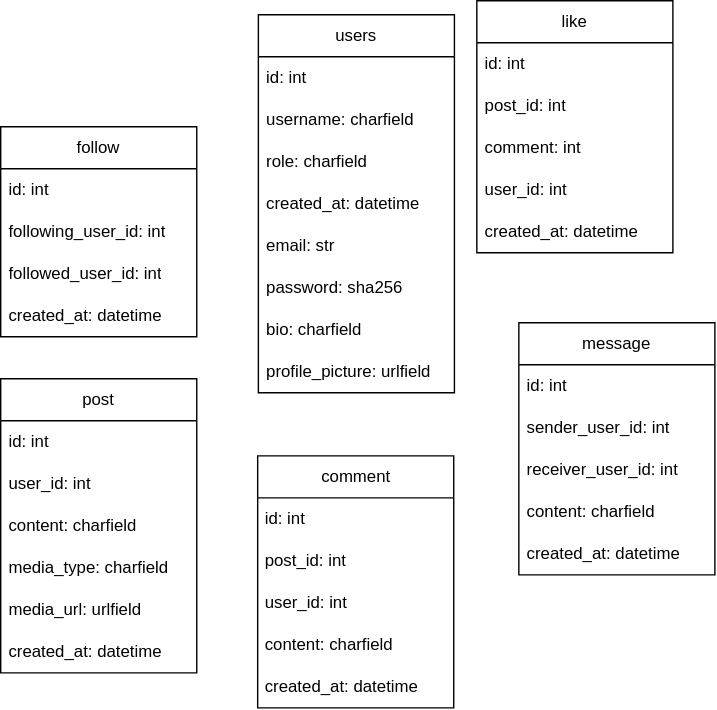
The draw.io diagram database_structure_schema.svg in twonumberfortyfives/social-media-demo, before a commit. Source tidied: cells renumbered, new cells last; positions are measured from the earlier drawing's top-left corner, leaving out a move shared by most shapes.
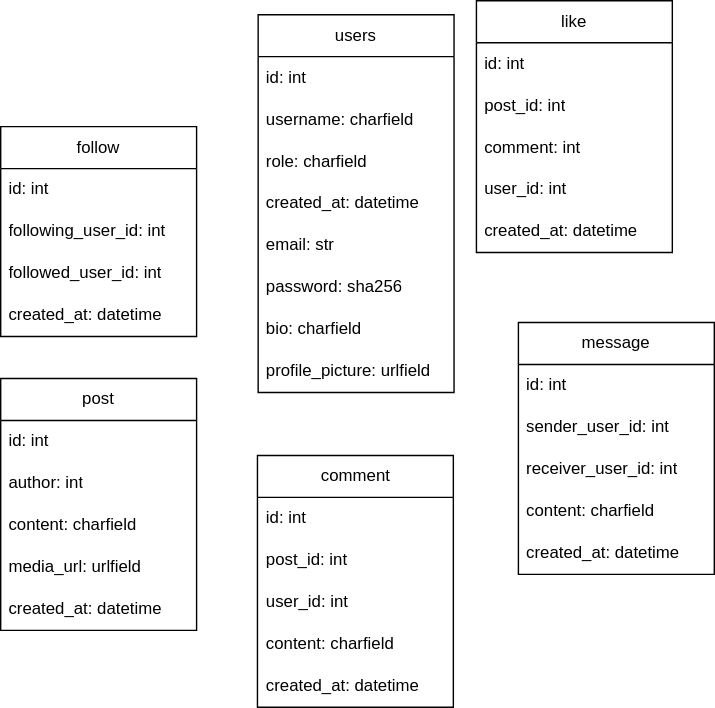
Above is the later version.

What changed in the source:
```diff
@@ -45,25 +45,22 @@
       <mxGeometry y="120" width="140" height="30" as="geometry" />
     </mxCell>
     <mxCell id="16" value="post" style="swimlane;fontStyle=0;horizontal=1;startSize=30;whiteSpace=wrap;html=1;" parent="1" vertex="1">
-      <mxGeometry y="270" width="140" height="210" as="geometry" />
+      <mxGeometry y="270" width="140" height="180" as="geometry" />
     </mxCell>
     <mxCell id="17" value="id: int" style="text;strokeColor=none;fillColor=none;align=left;verticalAlign=middle;spacingLeft=4;spacingRight=4;overflow=hidden;whiteSpace=wrap;html=1;" parent="16" vertex="1">
       <mxGeometry y="30" width="140" height="30" as="geometry" />
     </mxCell>
-    <mxCell id="18" value="user_id: int" style="text;strokeColor=none;fillColor=none;align=left;verticalAlign=middle;spacingLeft=4;spacingRight=4;overflow=hidden;whiteSpace=wrap;html=1;" parent="16" vertex="1">
+    <mxCell id="18" value="author: int" style="text;strokeColor=none;fillColor=none;align=left;verticalAlign=middle;spacingLeft=4;spacingRight=4;overflow=hidden;whiteSpace=wrap;html=1;" parent="16" vertex="1">
       <mxGeometry y="60" width="140" height="30" as="geometry" />
     </mxCell>
     <mxCell id="19" value="content: charfield" style="text;strokeColor=none;fillColor=none;align=left;verticalAlign=middle;spacingLeft=4;spacingRight=4;overflow=hidden;whiteSpace=wrap;html=1;" parent="16" vertex="1">
       <mxGeometry y="90" width="140" height="30" as="geometry" />
     </mxCell>
-    <mxCell id="20" value="media_type: charfield" style="text;strokeColor=none;fillColor=none;align=left;verticalAlign=middle;spacingLeft=4;spacingRight=4;overflow=hidden;whiteSpace=wrap;html=1;" parent="16" vertex="1">
-      <mxGeometry y="120" width="140" height="30" as="geometry" />
-    </mxCell>
     <mxCell id="21" value="media_url: urlfield" style="text;strokeColor=none;fillColor=none;align=left;verticalAlign=middle;spacingLeft=4;spacingRight=4;overflow=hidden;whiteSpace=wrap;html=1;" parent="16" vertex="1">
-      <mxGeometry y="150" width="140" height="30" as="geometry" />
+      <mxGeometry y="120" width="140" height="30" as="geometry" />
     </mxCell>
     <mxCell id="22" value="created_at: datetime" style="text;strokeColor=none;fillColor=none;align=left;verticalAlign=middle;spacingLeft=4;spacingRight=4;overflow=hidden;whiteSpace=wrap;html=1;" parent="16" vertex="1">
-      <mxGeometry y="180" width="140" height="30" as="geometry" />
+      <mxGeometry y="150" width="140" height="30" as="geometry" />
     </mxCell>
     <mxCell id="23" value="comment" style="swimlane;fontStyle=0;horizontal=1;startSize=30;whiteSpace=wrap;html=1;" parent="1" vertex="1">
       <mxGeometry x="183.5" y="325" width="140" height="180" as="geometry" />
```
